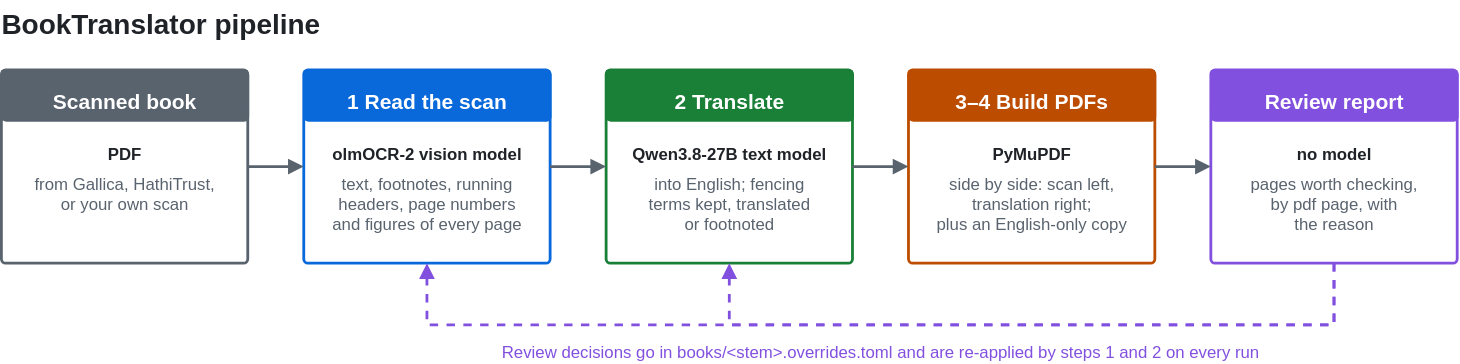
Above: docs/img/pipeline.drawio.svg in ncaccamo/FencingManualTranslator (draw.io), before the change. Source tidied: cells renumbered, new cells last; positions are measured from the earlier drawing's top-left corner, leaving out a move shared by most shapes.
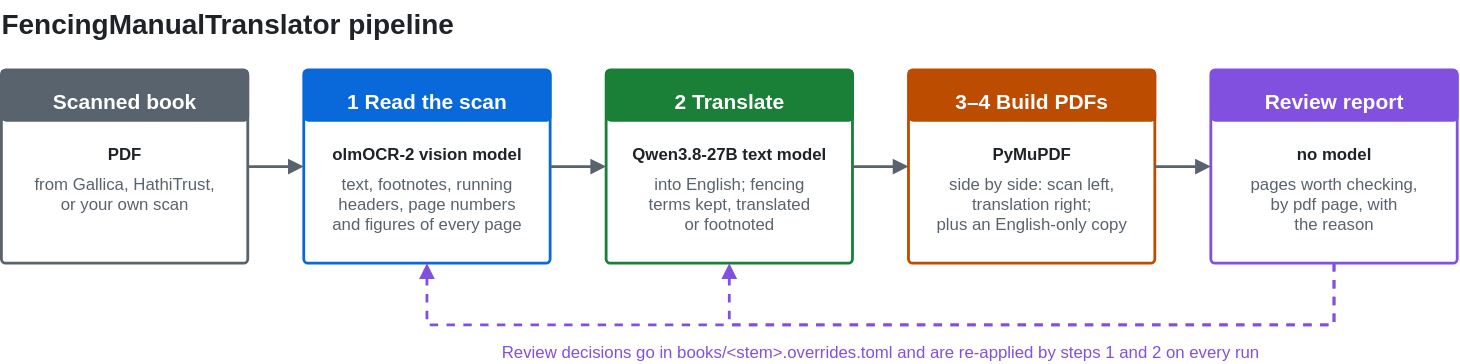
Above is the later version.

What changed in the source:
```diff
@@ -2,7 +2,7 @@
   <root>
     <mxCell id="0" />
     <mxCell id="1" parent="0" />
-    <mxCell id="2" value="BookTranslator pipeline" style="text;html=0;whiteSpace=nowrap;align=left;verticalAlign=top;spacing=0;fontSize=20;fontFamily=Helvetica;fontColor=#1f2328;fontStyle=1;" parent="1" vertex="1">
+    <mxCell id="2" value="FencingManualTranslator pipeline" style="text;html=0;whiteSpace=nowrap;align=left;verticalAlign=top;spacing=0;fontSize=20;fontFamily=Helvetica;fontColor=#1f2328;fontStyle=1;" parent="1" vertex="1">
       <mxGeometry width="1040" height="26" as="geometry" />
     </mxCell>
     <mxCell id="3" style="rounded=1;arcSize=6;absoluteArcSize=1;html=0;fillColor=#ffffff;strokeColor=#59636e;strokeWidth=2;" parent="1" vertex="1">
```
